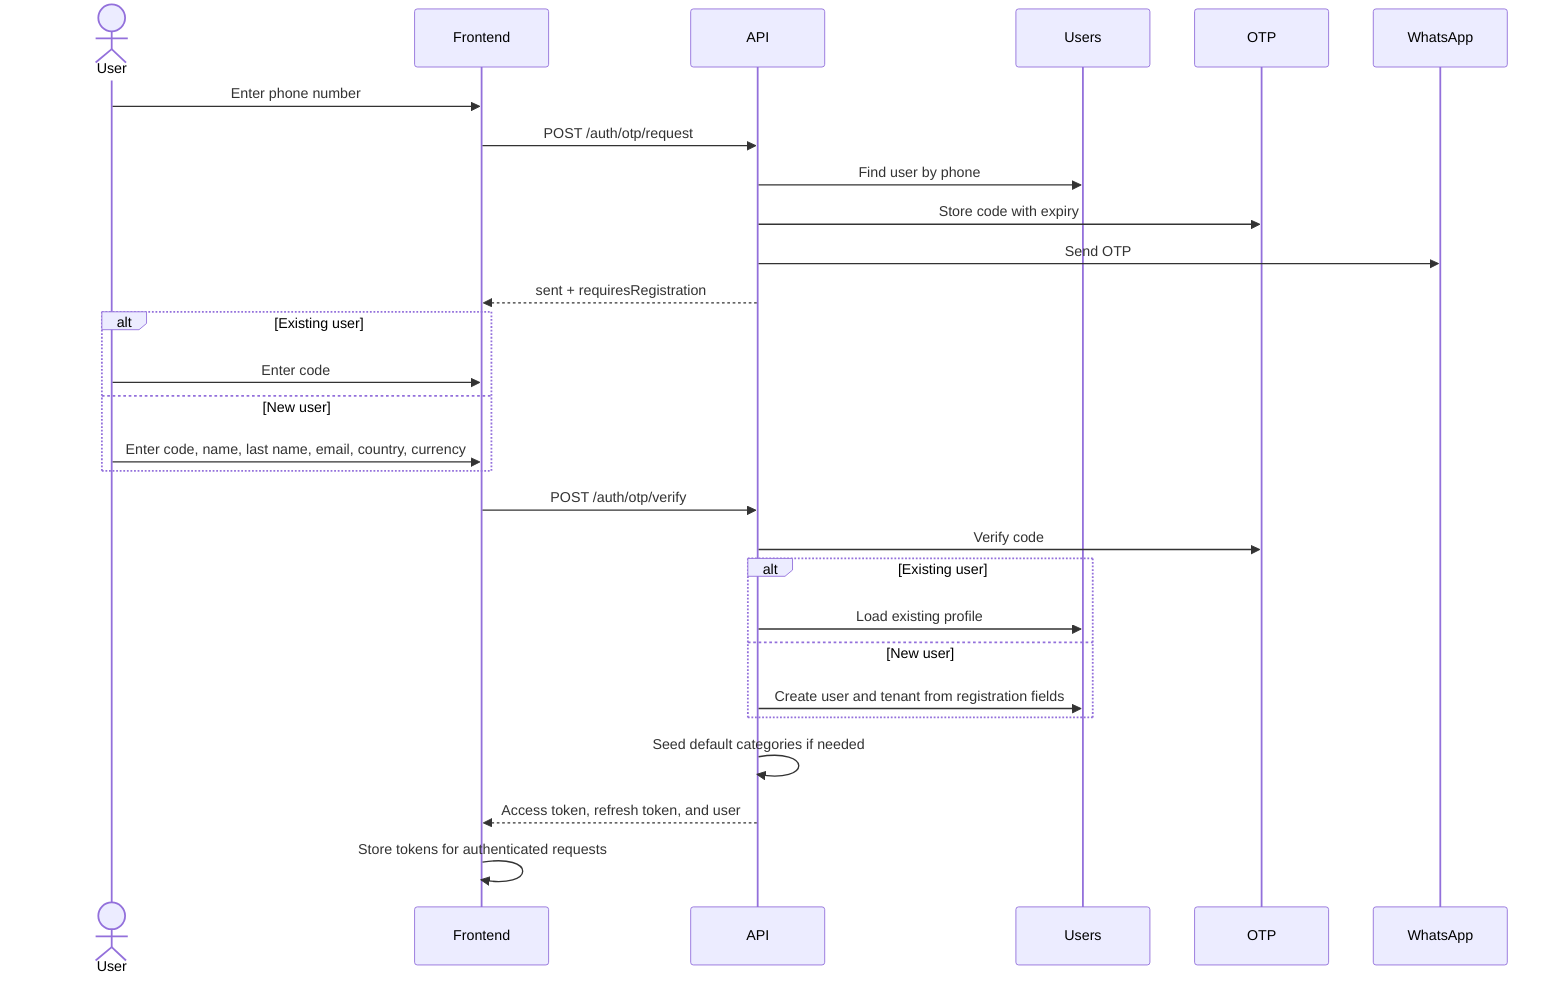
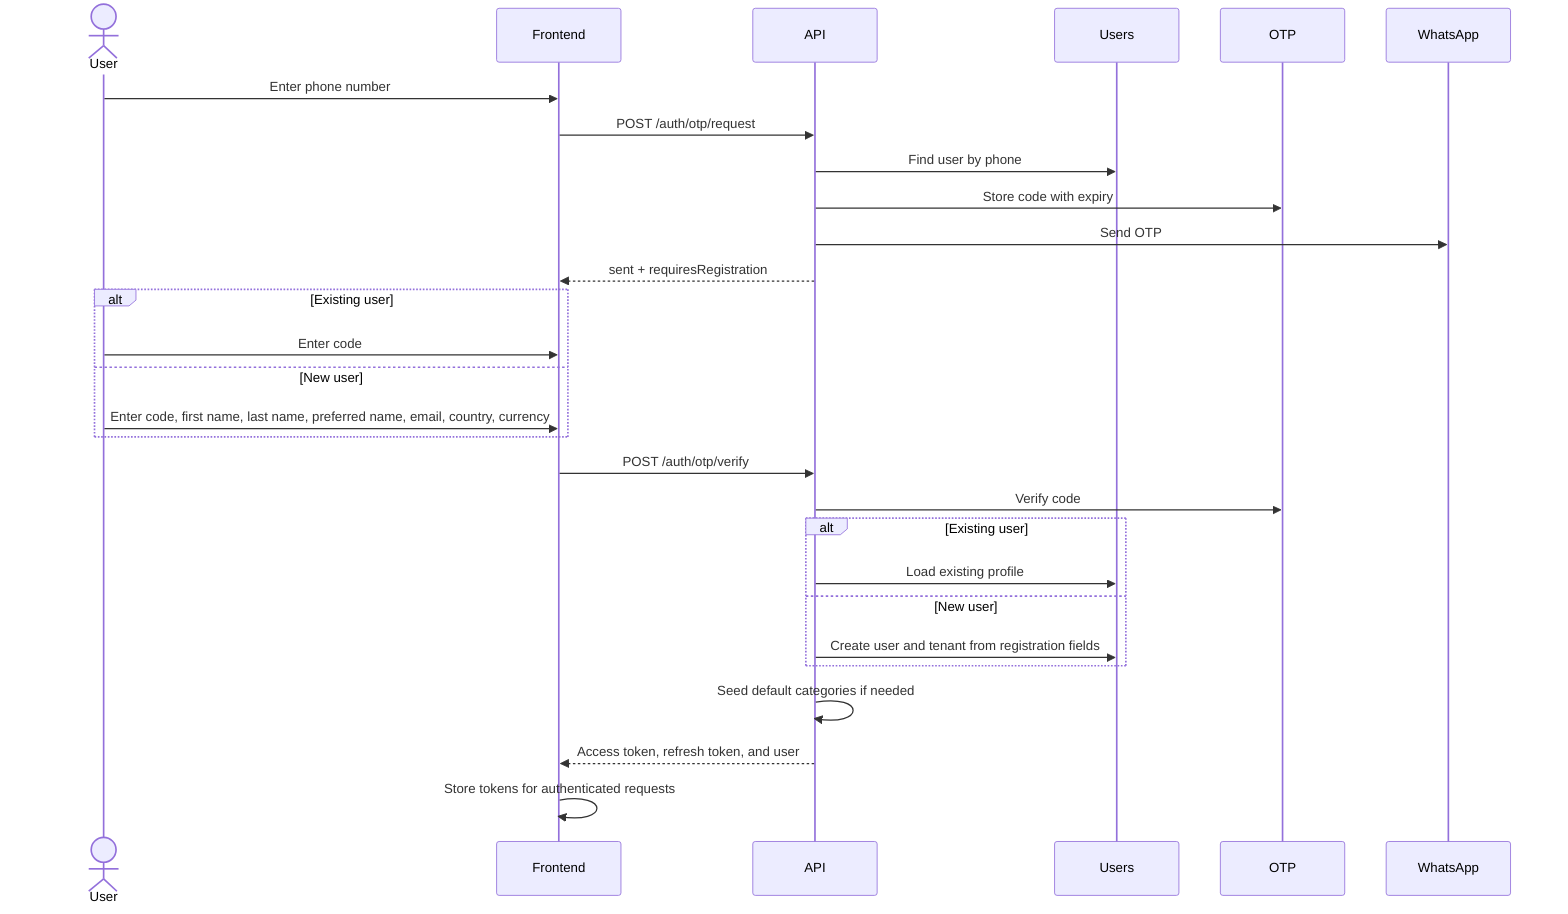
sequenceDiagram
  actor User
  participant Frontend
  participant API
  participant Users
  participant OTP
  participant WhatsApp
  User->>Frontend: Enter phone number
  Frontend->>API: POST /auth/otp/request
  API->>Users: Find user by phone
  API->>OTP: Store code with expiry
  API->>WhatsApp: Send OTP
  API-->>Frontend: sent + requiresRegistration
  alt Existing user
    User->>Frontend: Enter code
  else New user
-     User->>Frontend: Enter code, name, last name, email, country, currency
+     User->>Frontend: Enter code, first name, last name, preferred name, email, country, currency
  end
  Frontend->>API: POST /auth/otp/verify
  API->>OTP: Verify code
  alt Existing user
    API->>Users: Load existing profile
  else New user
    API->>Users: Create user and tenant from registration fields
  end
  API->>API: Seed default categories if needed
  API-->>Frontend: Access token, refresh token, and user
  Frontend->>Frontend: Store tokens for authenticated requests
